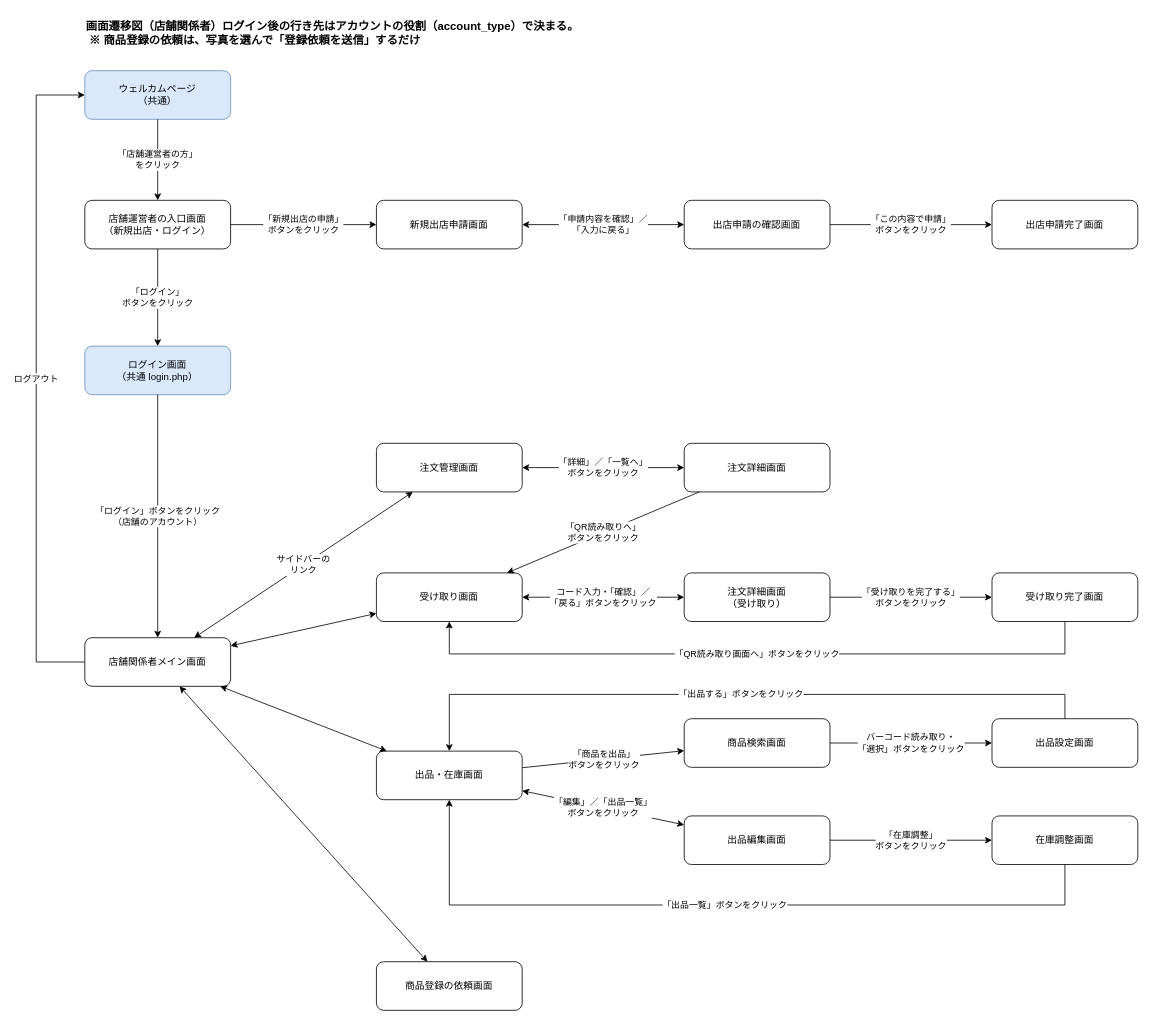
bbudootan/food-loss-graduation-project keeps this draw.io diagram as docs/design/03_screen_flow_diagrams/02_store_operator/v2/(mvp)store_operator_flow_v2.drawio. Above is the earlier version. Source tidied: cells renumbered, new cells numbered last; positions are measured from the earlier drawing's top-left corner, leaving out a move shared by most shapes. Both pictures are drawn from the tidied source at 81%, with x=0, y=0 at pixel (36, 14).
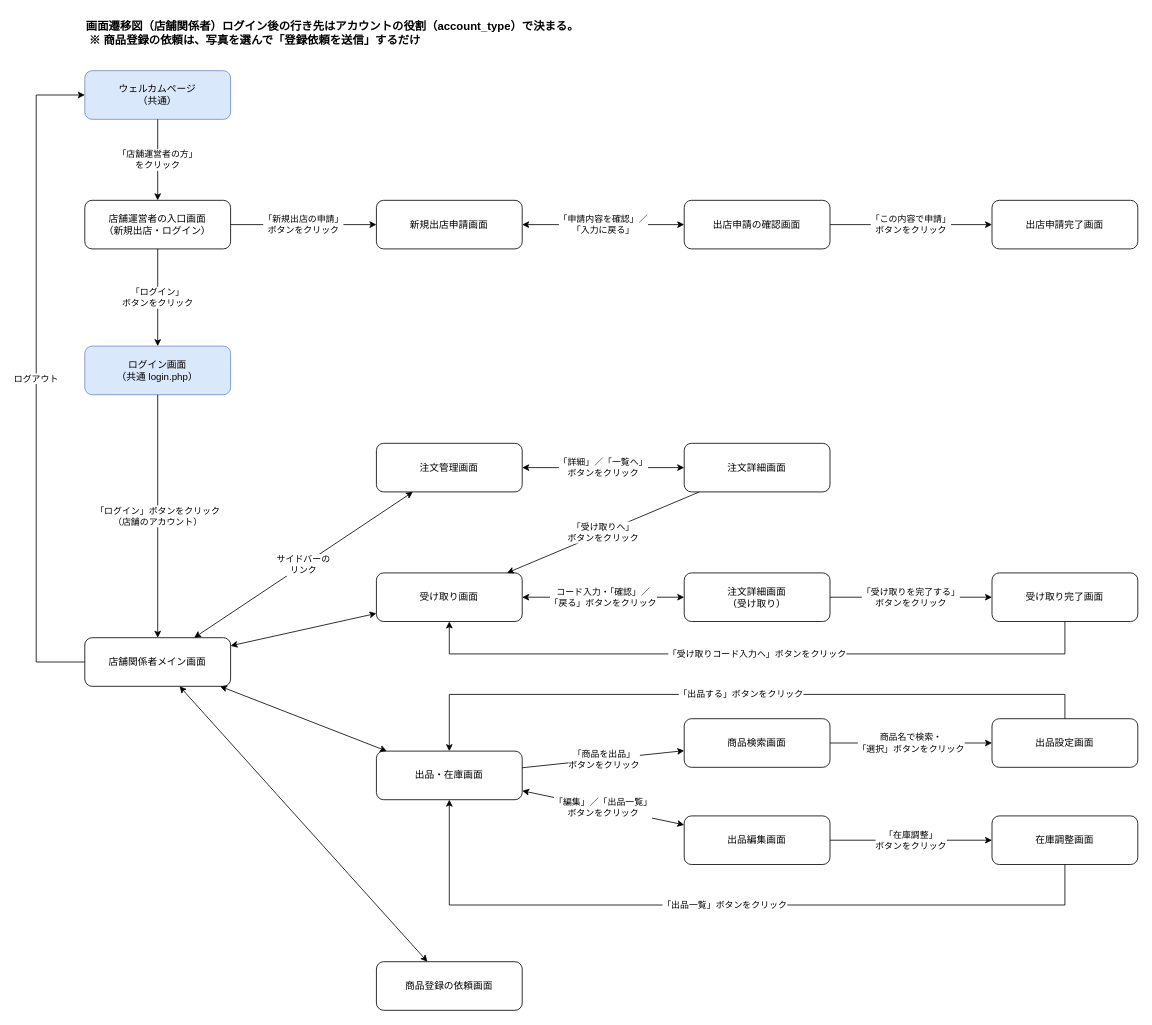
Above is the later version.

The change refers to these unchanged cells:
```xml
<mxCell id="10" value="注文詳細画面" style="rounded=1;whiteSpace=wrap;html=1;fontSize=12;" parent="1" vertex="1">
  <mxGeometry x="800.2" y="529.8" width="180" height="60" as="geometry" />
</mxCell>
<mxCell id="11" value="受け取り画面" style="rounded=1;whiteSpace=wrap;html=1;fontSize=12;" parent="1" vertex="1">
  <mxGeometry x="420.2" y="689.8" width="180" height="60" as="geometry" />
</mxCell>
<mxCell id="13" value="受け取り完了画面" style="rounded=1;whiteSpace=wrap;html=1;fontSize=12;" parent="1" vertex="1">
  <mxGeometry x="1180.2" y="689.8" width="180" height="60" as="geometry" />
</mxCell>
<mxCell id="15" value="商品検索画面" style="rounded=1;whiteSpace=wrap;html=1;fontSize=12;" parent="1" vertex="1">
  <mxGeometry x="800.2" y="869.8" width="180" height="60" as="geometry" />
</mxCell>
<mxCell id="16" value="出品設定画面" style="rounded=1;whiteSpace=wrap;html=1;fontSize=12;" parent="1" vertex="1">
  <mxGeometry x="1180.2" y="869.8" width="180" height="60" as="geometry" />
</mxCell>
```

Diff of the diagram source:
```diff
@@
-    <mxCell id="31" value="「QR読み取りへ」&lt;br&gt;ボタンをクリック" style="endArrow=classic;html=1;rounded=0;fontSize=11;labelBackgroundColor=#ffffff;" parent="1" edge="1" source="10" target="11">
+    <mxCell id="31" value="「受け取りへ」&lt;br&gt;ボタンをクリック" style="endArrow=classic;html=1;rounded=0;fontSize=11;labelBackgroundColor=#ffffff;" parent="1" edge="1" source="10" target="11">
       <mxGeometry relative="1" as="geometry" />
     </mxCell>
@@
-    <mxCell id="34" value="「QR読み取り画面へ」ボタンをクリック" style="endArrow=classic;html=1;rounded=0;fontSize=11;labelBackgroundColor=#ffffff;" parent="1" edge="1" source="13" target="11">
+    <mxCell id="34" value="「受け取りコード入力へ」ボタンをクリック" style="endArrow=classic;html=1;rounded=0;fontSize=11;labelBackgroundColor=#ffffff;" parent="1" edge="1" source="13" target="11">
       <mxGeometry relative="1" as="geometry">
         <Array as="points">
           <mxPoint x="1270.2" y="789.8" />
           <mxPoint x="510.2" y="789.8" />
         </Array>
       </mxGeometry>
     </mxCell>
@@
-    <mxCell id="36" value="バーコード読み取り・&lt;br&gt;「選択」ボタンをクリック" style="endArrow=classic;html=1;rounded=0;fontSize=11;labelBackgroundColor=#ffffff;" parent="1" edge="1" source="15" target="16">
+    <mxCell id="36" value="商品名で検索・&lt;br&gt;「選択」ボタンをクリック" style="endArrow=classic;html=1;rounded=0;fontSize=11;labelBackgroundColor=#ffffff;" parent="1" edge="1" source="15" target="16">
       <mxGeometry relative="1" as="geometry" />
     </mxCell>
```
